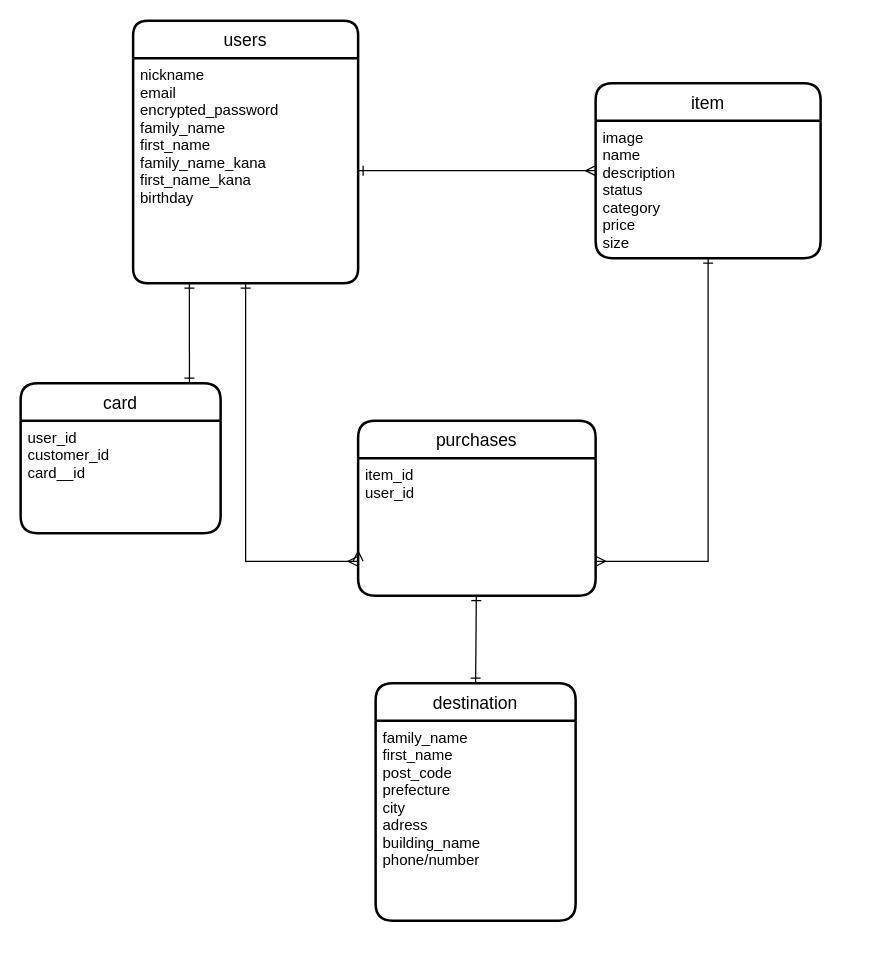
Earlier version of the draw.io diagram ER.dio (yamadeey/furima-35970). Source tidied: cells renumbered, new cells numbered last; positions are measured from the earlier drawing's top-left corner, leaving out a move shared by most shapes. Both pictures are drawn from the tidied source at 125%, with x=0, y=0 at pixel (20, 20).
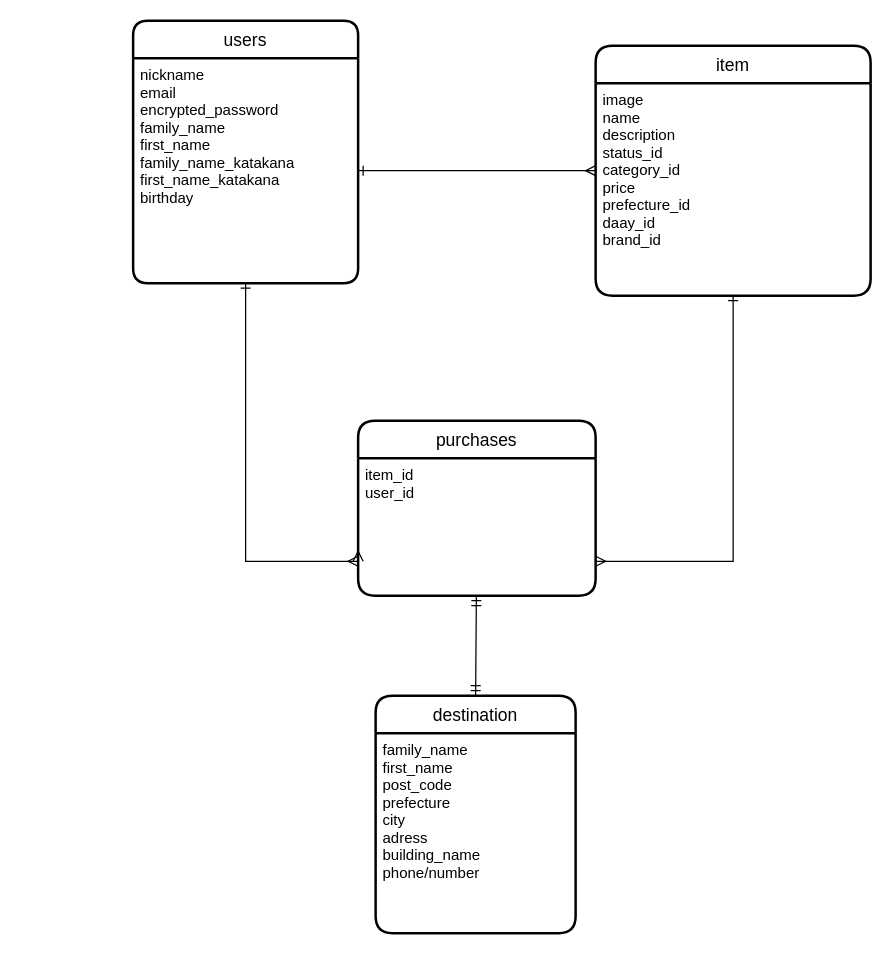
The same page after the edit.

Diff of the diagram source:
```diff
@@
 <mxGraphModel>
   <root>
     <mxCell id="0" />
     <mxCell id="1" parent="0" />
     <mxCell id="2" value="users" style="swimlane;horizontal=1;startSize=30;rounded=1;fontSize=14;fontStyle=0;strokeWidth=2;shadow=0;dashed=0;align=center;arcSize=13;fontFamily=Helvetica;" parent="1" vertex="1">
       <mxGeometry x="90" width="180" height="210" as="geometry" />
     </mxCell>
-    <mxCell id="3" value="nickname&#10;email&#10;encrypted_password&#10;family_name&#10;first_name&#10;family_name_kana&#10;first_name_kana&#10;birthday&#10;" style="align=left;strokeColor=none;fillColor=none;spacingLeft=4;fontSize=12;verticalAlign=top;" parent="2" vertex="1">
+    <mxCell id="3" value="nickname&#10;email&#10;encrypted_password&#10;family_name&#10;first_name&#10;family_name_katakana&#10;first_name_katakana&#10;birthday&#10;" style="align=left;strokeColor=none;fillColor=none;spacingLeft=4;fontSize=12;verticalAlign=top;" parent="2" vertex="1">
       <mxGeometry y="30" width="180" height="180" as="geometry" />
     </mxCell>
     <mxCell id="4" value="item" style="swimlane;horizontal=1;startSize=30;rounded=1;fontSize=14;fontStyle=0;strokeWidth=2;shadow=0;dashed=0;align=center;" parent="1" vertex="1">
-      <mxGeometry x="460" y="50" width="180" height="140" as="geometry" />
+      <mxGeometry x="460" y="20" width="220" height="200" as="geometry" />
     </mxCell>
-    <mxCell id="5" value="image&#10;name&#10;description&#10;status&#10;category&#10;price&#10;size" style="align=left;strokeColor=none;fillColor=none;spacingLeft=4;fontSize=12;verticalAlign=top;" parent="4" vertex="1">
-      <mxGeometry y="30" width="180" height="110" as="geometry" />
+    <mxCell id="5" value="image&#10;name&#10;description&#10;status_id&#10;category_id&#10;price&#10;prefecture_id&#10;daay_id&#10;brand_id" style="align=left;strokeColor=none;fillColor=none;spacingLeft=4;fontSize=12;verticalAlign=top;" parent="4" vertex="1">
+      <mxGeometry y="30" width="220" height="170" as="geometry" />
     </mxCell>
     <mxCell id="6" value="purchases" style="swimlane;horizontal=1;startSize=30;rounded=1;fontSize=14;fontStyle=0;strokeWidth=2;shadow=0;dashed=0;align=center;" parent="1" vertex="1">
       <mxGeometry x="270" y="320" width="190" height="140" as="geometry" />
     </mxCell>
     <mxCell id="7" value="item_id&#10;user_id" style="align=left;strokeColor=none;fillColor=none;spacingLeft=4;fontSize=12;verticalAlign=top;" parent="6" vertex="1">
       <mxGeometry y="30" width="190" height="110" as="geometry" />
     </mxCell>
     <mxCell id="8" value="destination" style="swimlane;horizontal=1;startSize=30;rounded=1;fontSize=14;fontStyle=0;strokeWidth=2;shadow=0;dashed=0;align=center;fontFamily=Helvetica;" parent="1" vertex="1">
-      <mxGeometry x="284" y="530" width="160" height="190" as="geometry" />
+      <mxGeometry x="284" y="540" width="160" height="190" as="geometry" />
     </mxCell>
     <mxCell id="9" value="family_name&#10;first_name&#10;post_code&#10;prefecture&#10;city&#10;adress&#10;building_name&#10;phone/number&#10;" style="align=left;strokeColor=none;fillColor=none;spacingLeft=4;fontSize=12;verticalAlign=top;" parent="8" vertex="1">
       <mxGeometry y="30" width="160" height="160" as="geometry" />
     </mxCell>
     <mxCell id="10" style="edgeStyle=orthogonalEdgeStyle;rounded=0;jettySize=auto;html=1;entryX=0;entryY=0.75;entryDx=0;entryDy=0;fontFamily=Helvetica;endArrow=ERmany;endFill=0;" parent="1" edge="1" target="7">
       <mxGeometry relative="1" as="geometry">
         <mxPoint x="270" y="423" as="sourcePoint" />
       </mxGeometry>
     </mxCell>
     <mxCell id="11" style="edgeStyle=orthogonalEdgeStyle;rounded=0;jettySize=auto;html=1;exitX=0.5;exitY=1;exitDx=0;exitDy=0;entryX=0;entryY=0.75;entryDx=0;entryDy=0;fontFamily=Helvetica;endArrow=ERmany;endFill=0;startArrow=ERone;startFill=0;" parent="1" edge="1" source="3" target="7">
       <mxGeometry relative="1" as="geometry" />
     </mxCell>
     <mxCell id="12" style="edgeStyle=orthogonalEdgeStyle;rounded=0;jettySize=auto;html=1;entryX=0;entryY=0.5;entryDx=0;entryDy=0;fontFamily=Helvetica;endArrow=ERmany;endFill=0;startArrow=ERone;startFill=0;" parent="1" edge="1" source="3" target="4">
       <mxGeometry relative="1" as="geometry" />
     </mxCell>
     <mxCell id="13" style="edgeStyle=orthogonalEdgeStyle;rounded=0;jettySize=auto;html=1;entryX=1;entryY=0.75;entryDx=0;entryDy=0;fontFamily=Helvetica;startArrow=ERone;startFill=0;endArrow=ERmany;endFill=0;" parent="1" edge="1" source="5" target="7">
       <mxGeometry relative="1" as="geometry" />
     </mxCell>
-    <mxCell id="14" style="rounded=0;jettySize=auto;html=1;entryX=0.5;entryY=0;entryDx=0;entryDy=0;fontFamily=Helvetica;startArrow=ERone;startFill=0;endArrow=ERone;endFill=0;" parent="1" edge="1" source="7" target="8">
+    <mxCell id="14" style="rounded=0;jettySize=auto;html=1;entryX=0.5;entryY=0;entryDx=0;entryDy=0;fontFamily=Helvetica;startArrow=ERmandOne;startFill=0;endArrow=ERmandOne;endFill=0;" parent="1" edge="1" source="7" target="8">
       <mxGeometry relative="1" as="geometry" />
     </mxCell>
-    <mxCell id="15" value="card" style="swimlane;horizontal=1;startSize=30;rounded=1;fontSize=14;fontStyle=0;strokeWidth=2;shadow=0;dashed=0;align=center;" parent="1" vertex="1">
-      <mxGeometry y="290" width="160" height="120" as="geometry" />
-    </mxCell>
-    <mxCell id="16" value="user_id&#10;customer_id&#10;card__id" style="align=left;strokeColor=none;fillColor=none;spacingLeft=4;fontSize=12;verticalAlign=top;" parent="15" vertex="1">
-      <mxGeometry y="30" width="160" height="90" as="geometry" />
-    </mxCell>
-    <mxCell id="17" style="edgeStyle=orthogonalEdgeStyle;rounded=0;jettySize=auto;html=1;exitX=0.25;exitY=1;exitDx=0;exitDy=0;entryX=0.844;entryY=0;entryDx=0;entryDy=0;entryPerimeter=0;startArrow=ERone;startFill=0;endArrow=ERone;endFill=0;" parent="1" edge="1" source="3" target="15">
-      <mxGeometry relative="1" as="geometry" />
-    </mxCell>
   </root>
 </mxGraphModel>
```
